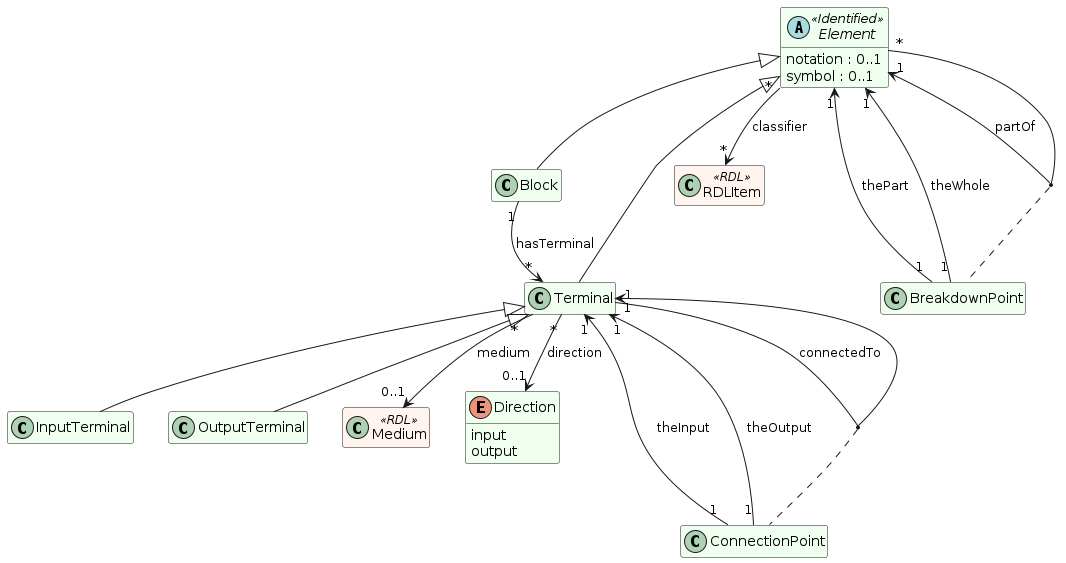
imf-lab/imf-ontology-semweb keeps this PlantUML diagram as out/img/imf-overview-instances-w-reified.png. Above is the earlier version. Source of this version:
```plantuml
@startuml
hide empty members

skinparam class {
 BackgroundColor HoneyDew
 BackgroundColor<< RDL >> SeaShell
 BackgroundColor<< Type >> LightCyan
}



abstract class Element << Identified >> {
  notation : 0..1
  symbol : 0..1
}

class Block
class Terminal
class InputTerminal
class OutputTerminal

class RDLItem << RDL >>
class Medium << RDL >>

enum Direction {
 input
 output
}

Element "*" --> "*" RDLItem : classifier

Element <|-- Block
Element <|-- Terminal

Terminal <|-- InputTerminal
Terminal <|-- OutputTerminal

Block "1" --> "*" Terminal : hasTerminal
Terminal "*" --> "0..1" Medium : medium
Terminal "*" --> "0..1" Direction : direction

Element "1" <-- "*" Element : partOf
Terminal "1" --> "1" Terminal : connectedTo

class BreakdownPoint
(Element, Element) .. BreakdownPoint
Element "1" <-- "1" BreakdownPoint : thePart
Element "1" <-- "1" BreakdownPoint : theWhole

class ConnectionPoint
(Terminal, Terminal) .. ConnectionPoint
Terminal "1" <-- "1" ConnectionPoint : theInput
Terminal "1" <-- "1" ConnectionPoint : theOutput
@enduml
```
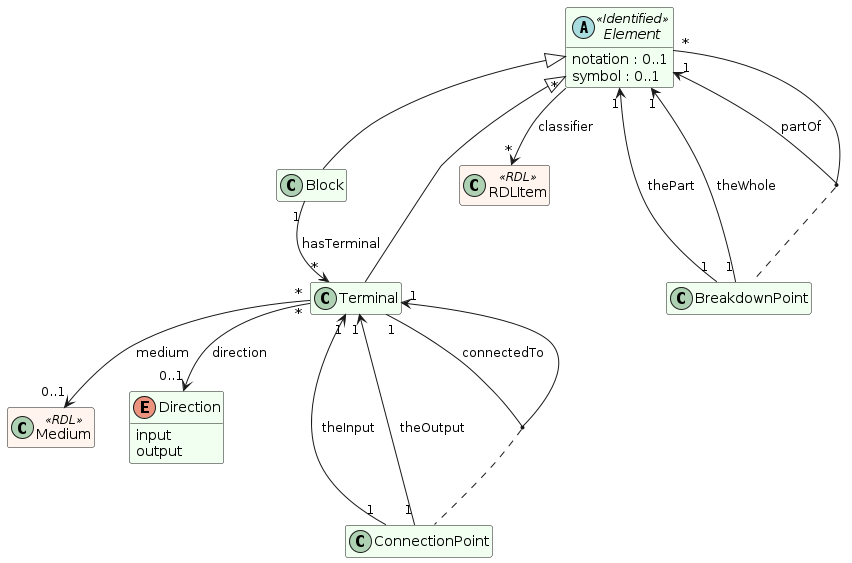
Later version of the same file.

The edit, as a diff of the source:
```diff
@@ -16,8 +16,6 @@
 
 class Block
 class Terminal
-class InputTerminal
-class OutputTerminal
 
 class RDLItem << RDL >>
 class Medium << RDL >>
@@ -31,9 +29,6 @@
 
 Element <|-- Block
 Element <|-- Terminal
-
-Terminal <|-- InputTerminal
-Terminal <|-- OutputTerminal
 
 Block "1" --> "*" Terminal : hasTerminal
 Terminal "*" --> "0..1" Medium : medium
```
